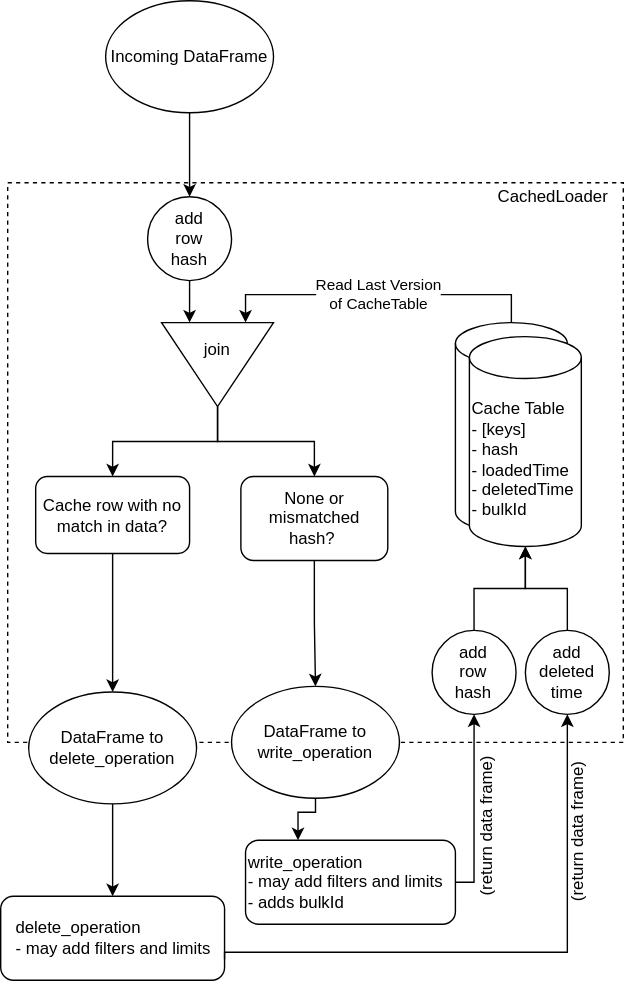
The draw.io diagram docs/etl/specializations/cached_loader.svg in spetlr-org/spetlr, before a commit. Source tidied: cells renumbered, new cells last; positions are measured from the earlier drawing's top-left corner, leaving out a move shared by most shapes.
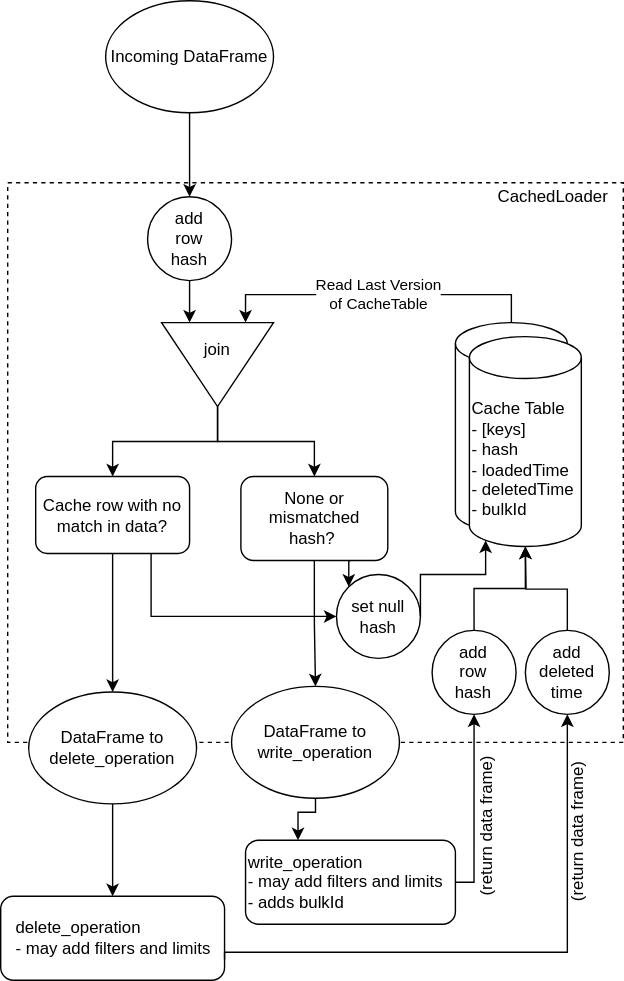
After the change.

Change to the diagram source:
```diff
@@ -5,6 +5,9 @@
     <mxCell id="2" style="rounded=0;whiteSpace=wrap;html=1;fillColor=none;dashed=1;" parent="1" vertex="1">
       <mxGeometry x="5" y="130" width="440" height="400" as="geometry" />
     </mxCell>
+    <mxCell id="33" style="edgeStyle=orthogonalEdgeStyle;rounded=0;jettySize=auto;html=1;exitX=0.75;exitY=1;exitDx=0;exitDy=0;entryX=0;entryY=0;entryDx=0;entryDy=0;" parent="1" edge="1" source="3" target="35">
+      <mxGeometry relative="1" as="geometry" />
+    </mxCell>
     <mxCell id="3" value="None or mismatched hash?&amp;nbsp;" style="rounded=1;whiteSpace=wrap;html=1;" parent="1" vertex="1">
       <mxGeometry x="171.7" y="340" width="105" height="60" as="geometry" />
     </mxCell>
@@ -77,6 +80,9 @@
     <mxCell id="23" value="DataFrame to delete_operation" style="ellipse;whiteSpace=wrap;html=1;fillColor=default;" parent="1" vertex="1">
       <mxGeometry x="20" y="494" width="120" height="80" as="geometry" />
     </mxCell>
+    <mxCell id="34" style="edgeStyle=orthogonalEdgeStyle;rounded=0;jettySize=auto;html=1;exitX=0.75;exitY=1;exitDx=0;exitDy=0;entryX=0;entryY=0.5;entryDx=0;entryDy=0;" parent="1" edge="1" source="24" target="35">
+      <mxGeometry relative="1" as="geometry" />
+    </mxCell>
     <mxCell id="24" value="Cache row with no match in data?" style="rounded=1;whiteSpace=wrap;html=1;" parent="1" vertex="1">
       <mxGeometry x="25" y="340" width="110" height="55" as="geometry" />
     </mxCell>
@@ -126,5 +132,16 @@
     <mxCell id="32" value="(return data frame)" style="text;html=1;strokeColor=none;fillColor=none;align=left;verticalAlign=middle;whiteSpace=wrap;rounded=0;rotation=-90;" parent="1" vertex="1">
       <mxGeometry x="320" y="534" width="185" height="40" as="geometry" />
     </mxCell>
+    <mxCell id="35" value="set null hash" style="ellipse;whiteSpace=wrap;html=1;fillColor=default;" parent="1" vertex="1">
+      <mxGeometry x="240" y="410" width="60" height="60" as="geometry" />
+    </mxCell>
+    <mxCell id="36" style="edgeStyle=orthogonalEdgeStyle;rounded=0;jettySize=auto;html=1;exitX=1;exitY=0.5;exitDx=0;exitDy=0;entryX=0.145;entryY=1;entryDx=0;entryDy=-4.35;entryPerimeter=0;" parent="1" edge="1" source="35" target="9">
+      <mxGeometry relative="1" as="geometry">
+        <Array as="points">
+          <mxPoint x="300" y="410" />
+          <mxPoint x="347" y="410" />
+        </Array>
+      </mxGeometry>
+    </mxCell>
   </root>
 </mxGraphModel>
```
